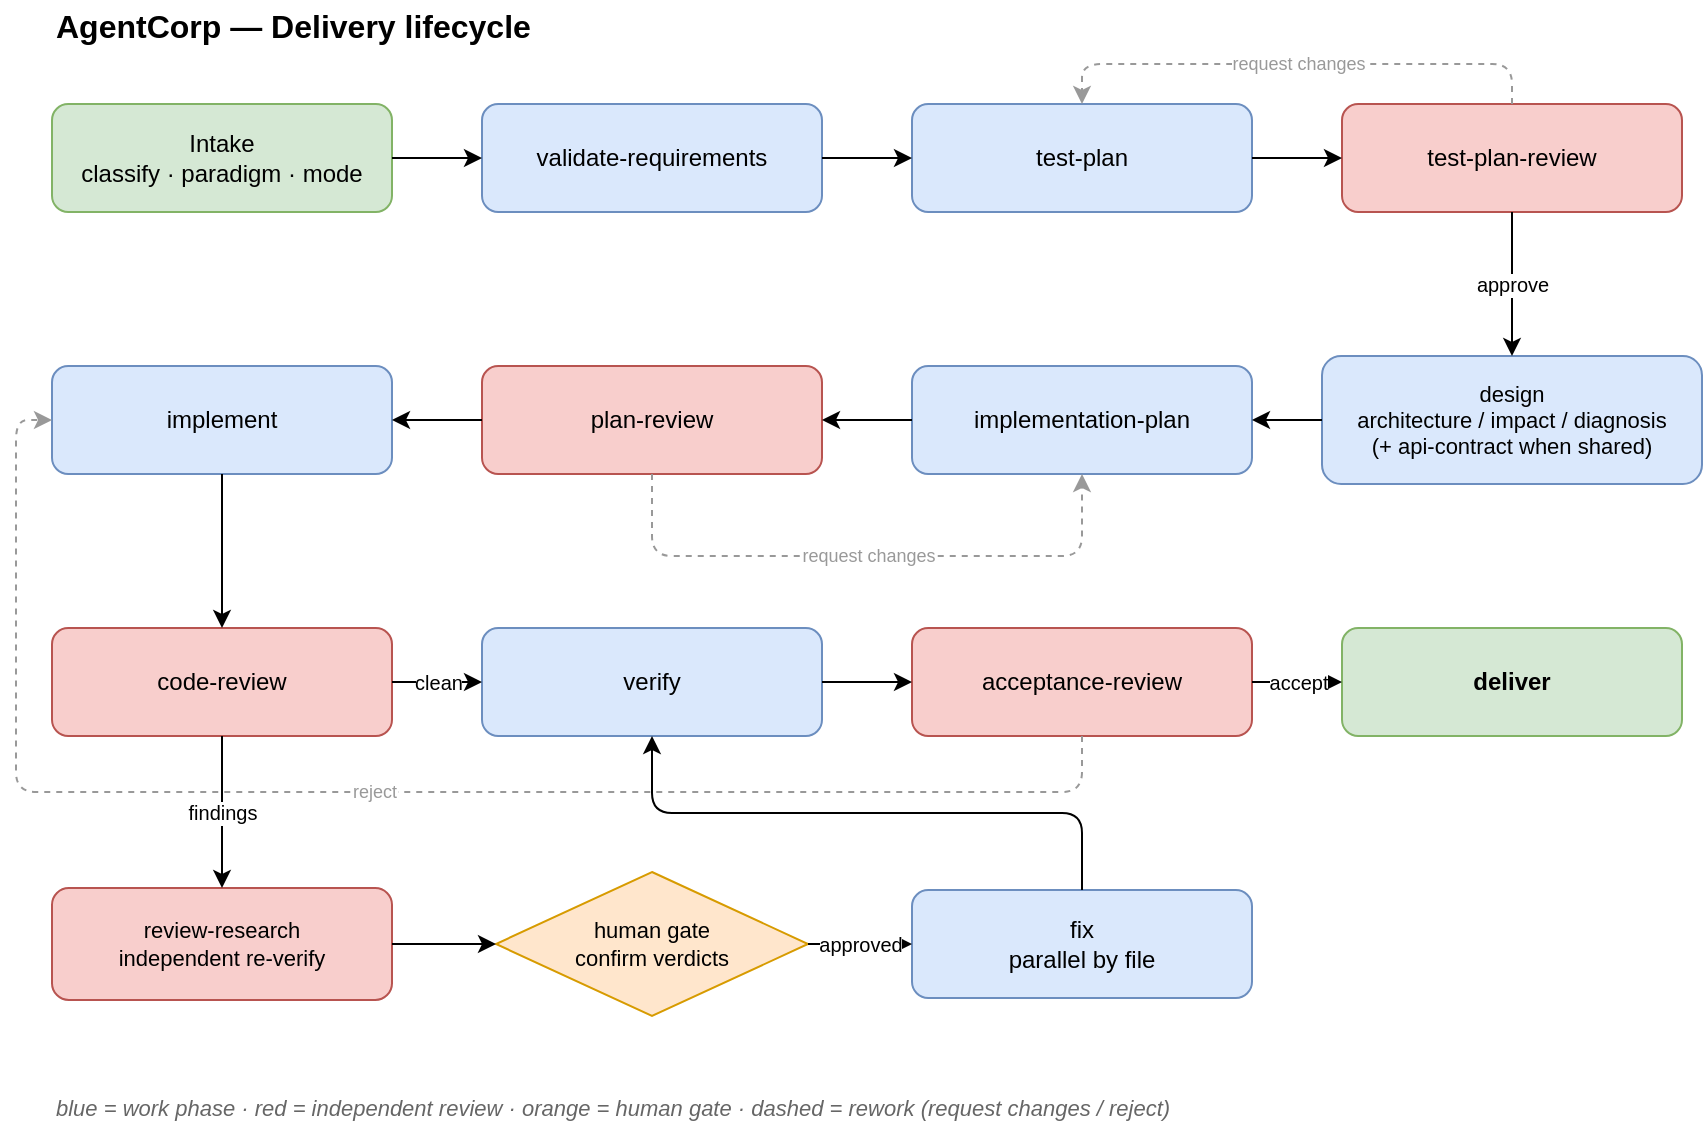
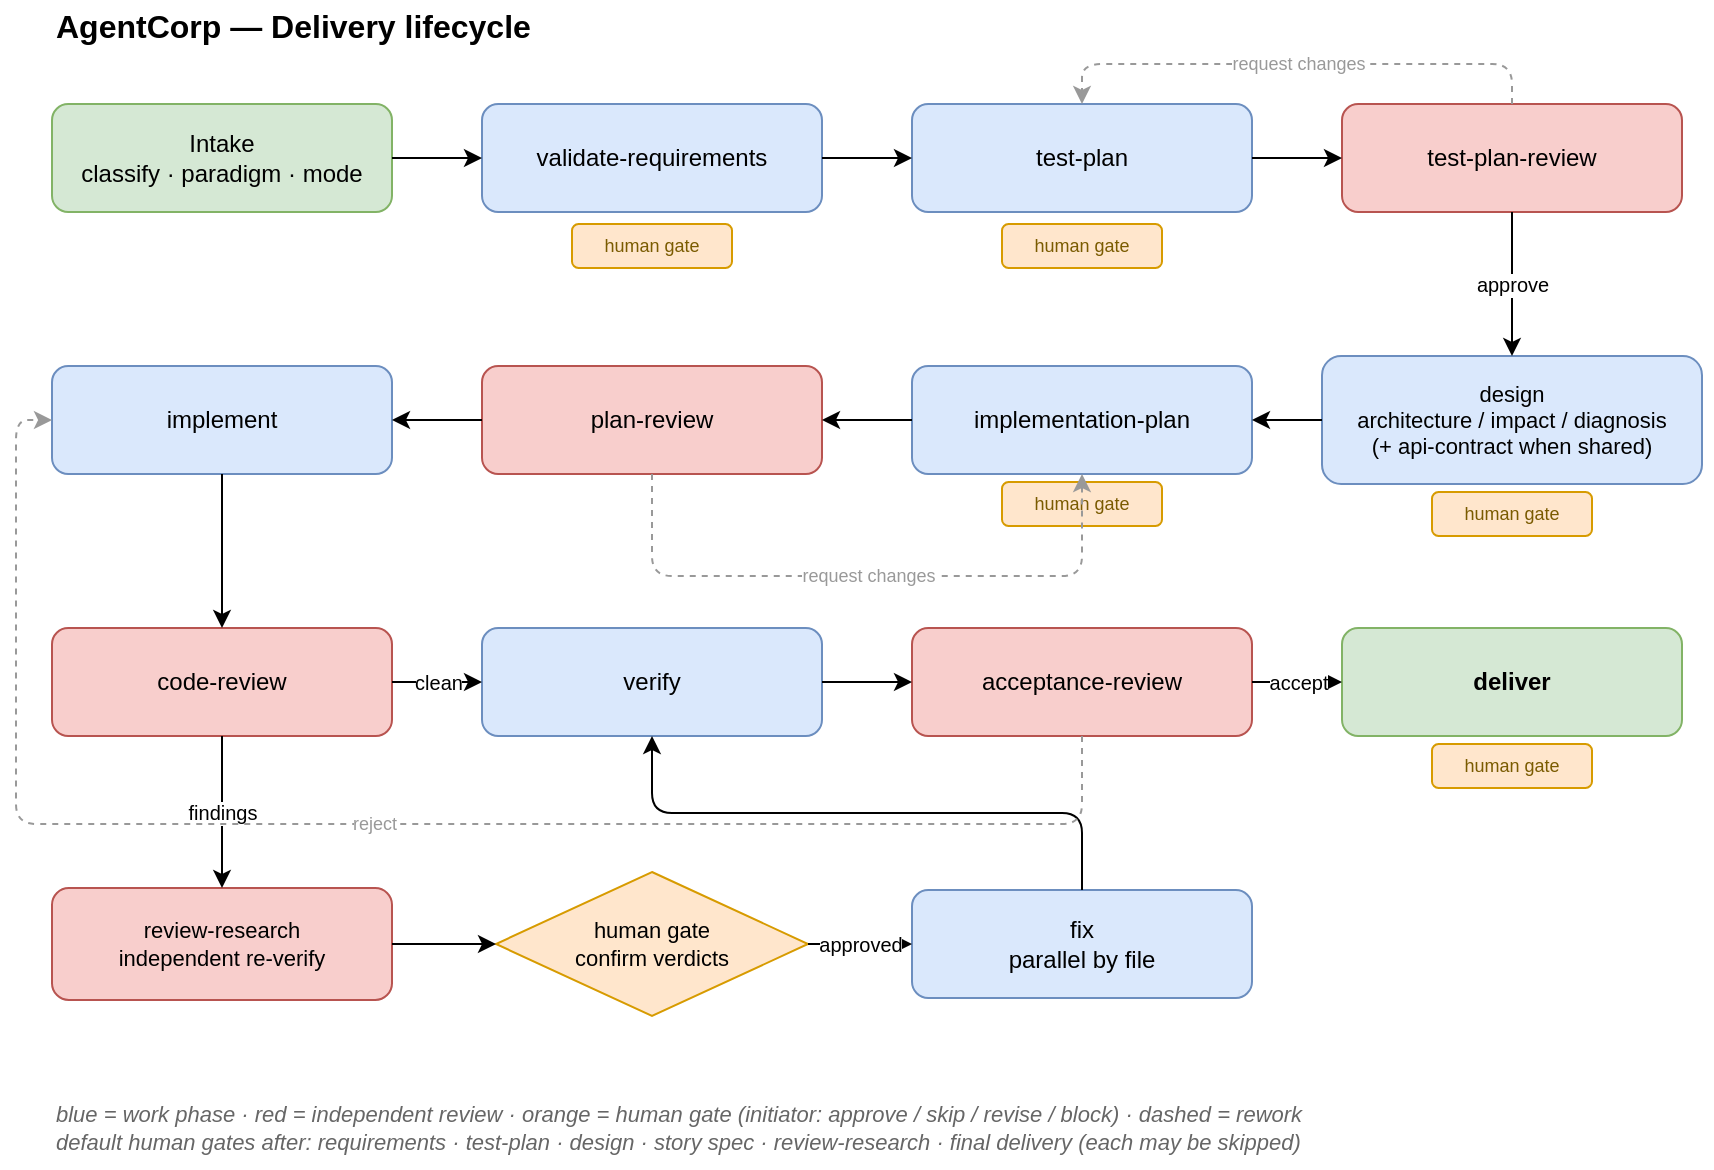
- <mxGraphModel dx="900" dy="700" grid="1" gridSize="10" guides="1" tooltips="1" connect="1" arrows="1" fold="1" page="1" pageScale="1" pageWidth="900" pageHeight="600" math="0" shadow="0">
+ <mxGraphModel dx="900" dy="700" grid="1" gridSize="10" guides="1" tooltips="1" connect="1" arrows="1" fold="1" page="1" pageScale="1" pageWidth="900" pageHeight="610" math="0" shadow="0">
  <root>
    <mxCell id="0"/>
    <mxCell id="1" parent="0"/>
    <mxCell id="title" value="AgentCorp — Delivery lifecycle" style="text;html=1;align=left;verticalAlign=middle;fontSize=16;fontStyle=1;" vertex="1" parent="1"><mxGeometry x="40" y="12" width="500" height="26" as="geometry"/></mxCell>
    <mxCell id="intake" value="Intake&#10;classify · paradigm · mode" style="rounded=1;whiteSpace=wrap;html=1;fillColor=#d5e8d4;strokeColor=#82b366;fontSize=12;" vertex="1" parent="1"><mxGeometry x="40" y="64" width="170" height="54" as="geometry"/></mxCell>
    <mxCell id="req" value="validate-requirements" style="rounded=1;whiteSpace=wrap;html=1;fillColor=#dae8fc;strokeColor=#6c8ebf;fontSize=12;" vertex="1" parent="1"><mxGeometry x="255" y="64" width="170" height="54" as="geometry"/></mxCell>
    <mxCell id="tp" value="test-plan" style="rounded=1;whiteSpace=wrap;html=1;fillColor=#dae8fc;strokeColor=#6c8ebf;fontSize=12;" vertex="1" parent="1"><mxGeometry x="470" y="64" width="170" height="54" as="geometry"/></mxCell>
    <mxCell id="tpr" value="test-plan-review" style="rounded=1;whiteSpace=wrap;html=1;fillColor=#f8cecc;strokeColor=#b85450;fontSize=12;" vertex="1" parent="1"><mxGeometry x="685" y="64" width="170" height="54" as="geometry"/></mxCell>
    <mxCell id="design" value="design&#10;architecture / impact / diagnosis&#10;(+ api-contract when shared)" style="rounded=1;whiteSpace=wrap;html=1;fillColor=#dae8fc;strokeColor=#6c8ebf;fontSize=11;" vertex="1" parent="1"><mxGeometry x="675" y="190" width="190" height="64" as="geometry"/></mxCell>
    <mxCell id="iplan" value="implementation-plan" style="rounded=1;whiteSpace=wrap;html=1;fillColor=#dae8fc;strokeColor=#6c8ebf;fontSize=12;" vertex="1" parent="1"><mxGeometry x="470" y="195" width="170" height="54" as="geometry"/></mxCell>
    <mxCell id="pr" value="plan-review" style="rounded=1;whiteSpace=wrap;html=1;fillColor=#f8cecc;strokeColor=#b85450;fontSize=12;" vertex="1" parent="1"><mxGeometry x="255" y="195" width="170" height="54" as="geometry"/></mxCell>
    <mxCell id="impl" value="implement" style="rounded=1;whiteSpace=wrap;html=1;fillColor=#dae8fc;strokeColor=#6c8ebf;fontSize=12;" vertex="1" parent="1"><mxGeometry x="40" y="195" width="170" height="54" as="geometry"/></mxCell>
    <mxCell id="cr" value="code-review" style="rounded=1;whiteSpace=wrap;html=1;fillColor=#f8cecc;strokeColor=#b85450;fontSize=12;" vertex="1" parent="1"><mxGeometry x="40" y="326" width="170" height="54" as="geometry"/></mxCell>
    <mxCell id="verify" value="verify" style="rounded=1;whiteSpace=wrap;html=1;fillColor=#dae8fc;strokeColor=#6c8ebf;fontSize=12;" vertex="1" parent="1"><mxGeometry x="255" y="326" width="170" height="54" as="geometry"/></mxCell>
    <mxCell id="acc" value="acceptance-review" style="rounded=1;whiteSpace=wrap;html=1;fillColor=#f8cecc;strokeColor=#b85450;fontSize=12;" vertex="1" parent="1"><mxGeometry x="470" y="326" width="170" height="54" as="geometry"/></mxCell>
    <mxCell id="deliver" value="deliver" style="rounded=1;whiteSpace=wrap;html=1;fillColor=#d5e8d4;strokeColor=#82b366;fontSize=12;fontStyle=1;" vertex="1" parent="1"><mxGeometry x="685" y="326" width="170" height="54" as="geometry"/></mxCell>
    <mxCell id="rr" value="review-research&#10;independent re-verify" style="rounded=1;whiteSpace=wrap;html=1;fillColor=#f8cecc;strokeColor=#b85450;fontSize=11;" vertex="1" parent="1"><mxGeometry x="40" y="456" width="170" height="56" as="geometry"/></mxCell>
    <mxCell id="hg" value="human gate&#10;confirm verdicts" style="rhombus;whiteSpace=wrap;html=1;fillColor=#ffe6cc;strokeColor=#d79b00;fontSize=11;" vertex="1" parent="1"><mxGeometry x="262" y="448" width="156" height="72" as="geometry"/></mxCell>
    <mxCell id="fix" value="fix&#10;parallel by file" style="rounded=1;whiteSpace=wrap;html=1;fillColor=#dae8fc;strokeColor=#6c8ebf;fontSize=12;" vertex="1" parent="1"><mxGeometry x="470" y="457" width="170" height="54" as="geometry"/></mxCell>
-     <mxCell id="legend" value="blue = work phase   ·   red = independent review   ·   orange = human gate   ·   dashed = rework (request changes / reject)" style="text;html=1;align=left;verticalAlign=middle;fontSize=11;fontStyle=2;fontColor=#666666;" vertex="1" parent="1"><mxGeometry x="40" y="556" width="820" height="20" as="geometry"/></mxCell>
+     <mxCell id="hgreq" value="human gate" style="rounded=1;whiteSpace=wrap;html=1;fillColor=#ffe6cc;strokeColor=#d79b00;fontSize=9;fontColor=#7a5b00;" vertex="1" parent="1"><mxGeometry x="300" y="124" width="80" height="22" as="geometry"/></mxCell>
+     <mxCell id="hgtp" value="human gate" style="rounded=1;whiteSpace=wrap;html=1;fillColor=#ffe6cc;strokeColor=#d79b00;fontSize=9;fontColor=#7a5b00;" vertex="1" parent="1"><mxGeometry x="515" y="124" width="80" height="22" as="geometry"/></mxCell>
+     <mxCell id="hgdesign" value="human gate" style="rounded=1;whiteSpace=wrap;html=1;fillColor=#ffe6cc;strokeColor=#d79b00;fontSize=9;fontColor=#7a5b00;" vertex="1" parent="1"><mxGeometry x="730" y="258" width="80" height="22" as="geometry"/></mxCell>
+     <mxCell id="hgiplan" value="human gate" style="rounded=1;whiteSpace=wrap;html=1;fillColor=#ffe6cc;strokeColor=#d79b00;fontSize=9;fontColor=#7a5b00;" vertex="1" parent="1"><mxGeometry x="515" y="253" width="80" height="22" as="geometry"/></mxCell>
+     <mxCell id="hgdeliver" value="human gate" style="rounded=1;whiteSpace=wrap;html=1;fillColor=#ffe6cc;strokeColor=#d79b00;fontSize=9;fontColor=#7a5b00;" vertex="1" parent="1"><mxGeometry x="730" y="384" width="80" height="22" as="geometry"/></mxCell>
+     <mxCell id="legend" value="blue = work phase   ·   red = independent review   ·   orange = human gate (initiator: approve / skip / revise / block)   ·   dashed = rework&#10;default human gates after: requirements · test-plan · design · story spec · review-research · final delivery (each may be skipped)" style="text;html=1;align=left;verticalAlign=middle;fontSize=11;fontStyle=2;fontColor=#666666;" vertex="1" parent="1"><mxGeometry x="40" y="556" width="830" height="40" as="geometry"/></mxCell>
    <mxCell id="e1" style="edgeStyle=orthogonalEdgeStyle;rounded=1;html=1;endArrow=classic;exitX=1;exitY=0.5;entryX=0;entryY=0.5;" edge="1" parent="1" source="intake" target="req"><mxGeometry relative="1" as="geometry"/></mxCell>
    <mxCell id="e2" style="edgeStyle=orthogonalEdgeStyle;rounded=1;html=1;endArrow=classic;exitX=1;exitY=0.5;entryX=0;entryY=0.5;" edge="1" parent="1" source="req" target="tp"><mxGeometry relative="1" as="geometry"/></mxCell>
    <mxCell id="e3" style="edgeStyle=orthogonalEdgeStyle;rounded=1;html=1;endArrow=classic;exitX=1;exitY=0.5;entryX=0;entryY=0.5;" edge="1" parent="1" source="tp" target="tpr"><mxGeometry relative="1" as="geometry"/></mxCell>
    <mxCell id="e4" value="approve" style="edgeStyle=orthogonalEdgeStyle;rounded=1;html=1;endArrow=classic;exitX=0.5;exitY=1;entryX=0.5;entryY=0;fontSize=10;" edge="1" parent="1" source="tpr" target="design"><mxGeometry relative="1" as="geometry"/></mxCell>
    <mxCell id="e5" style="edgeStyle=orthogonalEdgeStyle;rounded=1;html=1;endArrow=classic;exitX=0;exitY=0.5;entryX=1;entryY=0.5;" edge="1" parent="1" source="design" target="iplan"><mxGeometry relative="1" as="geometry"/></mxCell>
    <mxCell id="e6" style="edgeStyle=orthogonalEdgeStyle;rounded=1;html=1;endArrow=classic;exitX=0;exitY=0.5;entryX=1;entryY=0.5;" edge="1" parent="1" source="iplan" target="pr"><mxGeometry relative="1" as="geometry"/></mxCell>
    <mxCell id="e7" style="edgeStyle=orthogonalEdgeStyle;rounded=1;html=1;endArrow=classic;exitX=0;exitY=0.5;entryX=1;entryY=0.5;" edge="1" parent="1" source="pr" target="impl"><mxGeometry relative="1" as="geometry"/></mxCell>
    <mxCell id="e8" style="edgeStyle=orthogonalEdgeStyle;rounded=1;html=1;endArrow=classic;exitX=0.5;exitY=1;entryX=0.5;entryY=0;" edge="1" parent="1" source="impl" target="cr"><mxGeometry relative="1" as="geometry"/></mxCell>
    <mxCell id="e9" value="clean" style="edgeStyle=orthogonalEdgeStyle;rounded=1;html=1;endArrow=classic;exitX=1;exitY=0.5;entryX=0;entryY=0.5;fontSize=10;" edge="1" parent="1" source="cr" target="verify"><mxGeometry relative="1" as="geometry"/></mxCell>
    <mxCell id="e10" style="edgeStyle=orthogonalEdgeStyle;rounded=1;html=1;endArrow=classic;exitX=1;exitY=0.5;entryX=0;entryY=0.5;" edge="1" parent="1" source="verify" target="acc"><mxGeometry relative="1" as="geometry"/></mxCell>
    <mxCell id="e11" value="accept" style="edgeStyle=orthogonalEdgeStyle;rounded=1;html=1;endArrow=classic;exitX=1;exitY=0.5;entryX=0;entryY=0.5;fontSize=10;" edge="1" parent="1" source="acc" target="deliver"><mxGeometry relative="1" as="geometry"/></mxCell>
    <mxCell id="e12" value="findings" style="edgeStyle=orthogonalEdgeStyle;rounded=1;html=1;endArrow=classic;exitX=0.5;exitY=1;entryX=0.5;entryY=0;fontSize=10;" edge="1" parent="1" source="cr" target="rr"><mxGeometry relative="1" as="geometry"/></mxCell>
    <mxCell id="e13" style="edgeStyle=orthogonalEdgeStyle;rounded=1;html=1;endArrow=classic;exitX=1;exitY=0.5;entryX=0;entryY=0.5;" edge="1" parent="1" source="rr" target="hg"><mxGeometry relative="1" as="geometry"/></mxCell>
    <mxCell id="e14" value="approved" style="edgeStyle=orthogonalEdgeStyle;rounded=1;html=1;endArrow=classic;exitX=1;exitY=0.5;entryX=0;entryY=0.5;fontSize=10;" edge="1" parent="1" source="hg" target="fix"><mxGeometry relative="1" as="geometry"/></mxCell>
    <mxCell id="e15" style="edgeStyle=orthogonalEdgeStyle;rounded=1;html=1;endArrow=classic;exitX=0.5;exitY=0;entryX=0.5;entryY=1;" edge="1" parent="1" source="fix" target="verify"><mxGeometry relative="1" as="geometry"/></mxCell>
    <mxCell id="l1" value="request changes" style="edgeStyle=orthogonalEdgeStyle;rounded=1;html=1;endArrow=classic;dashed=1;strokeColor=#999999;fontColor=#999999;exitX=0.5;exitY=0;entryX=0.5;entryY=0;fontSize=9;" edge="1" parent="1" source="tpr" target="tp"><mxGeometry relative="1" as="geometry"><Array as="points"><mxPoint x="770" y="44"/><mxPoint x="555" y="44"/></Array></mxGeometry></mxCell>
-     <mxCell id="l2" value="request changes" style="edgeStyle=orthogonalEdgeStyle;rounded=1;html=1;endArrow=classic;dashed=1;strokeColor=#999999;fontColor=#999999;exitX=0.5;exitY=1;entryX=0.5;entryY=1;fontSize=9;" edge="1" parent="1" source="pr" target="iplan"><mxGeometry relative="1" as="geometry"><Array as="points"><mxPoint x="340" y="290"/><mxPoint x="555" y="290"/></Array></mxGeometry></mxCell>
-     <mxCell id="l3" value="reject" style="edgeStyle=orthogonalEdgeStyle;rounded=1;html=1;endArrow=classic;dashed=1;strokeColor=#999999;fontColor=#999999;exitX=0.5;exitY=1;entryX=0;entryY=0.5;fontSize=9;" edge="1" parent="1" source="acc" target="impl"><mxGeometry relative="1" as="geometry"><Array as="points"><mxPoint x="555" y="408"/><mxPoint x="22" y="408"/><mxPoint x="22" y="222"/></Array></mxGeometry></mxCell>
+     <mxCell id="l2" value="request changes" style="edgeStyle=orthogonalEdgeStyle;rounded=1;html=1;endArrow=classic;dashed=1;strokeColor=#999999;fontColor=#999999;exitX=0.5;exitY=1;entryX=0.5;entryY=1;fontSize=9;" edge="1" parent="1" source="pr" target="iplan"><mxGeometry relative="1" as="geometry"><Array as="points"><mxPoint x="340" y="300"/><mxPoint x="555" y="300"/></Array></mxGeometry></mxCell>
+     <mxCell id="l3" value="reject" style="edgeStyle=orthogonalEdgeStyle;rounded=1;html=1;endArrow=classic;dashed=1;strokeColor=#999999;fontColor=#999999;exitX=0.5;exitY=1;entryX=0;entryY=0.5;fontSize=9;" edge="1" parent="1" source="acc" target="impl"><mxGeometry relative="1" as="geometry"><Array as="points"><mxPoint x="555" y="424"/><mxPoint x="22" y="424"/><mxPoint x="22" y="222"/></Array></mxGeometry></mxCell>
  </root>
</mxGraphModel>